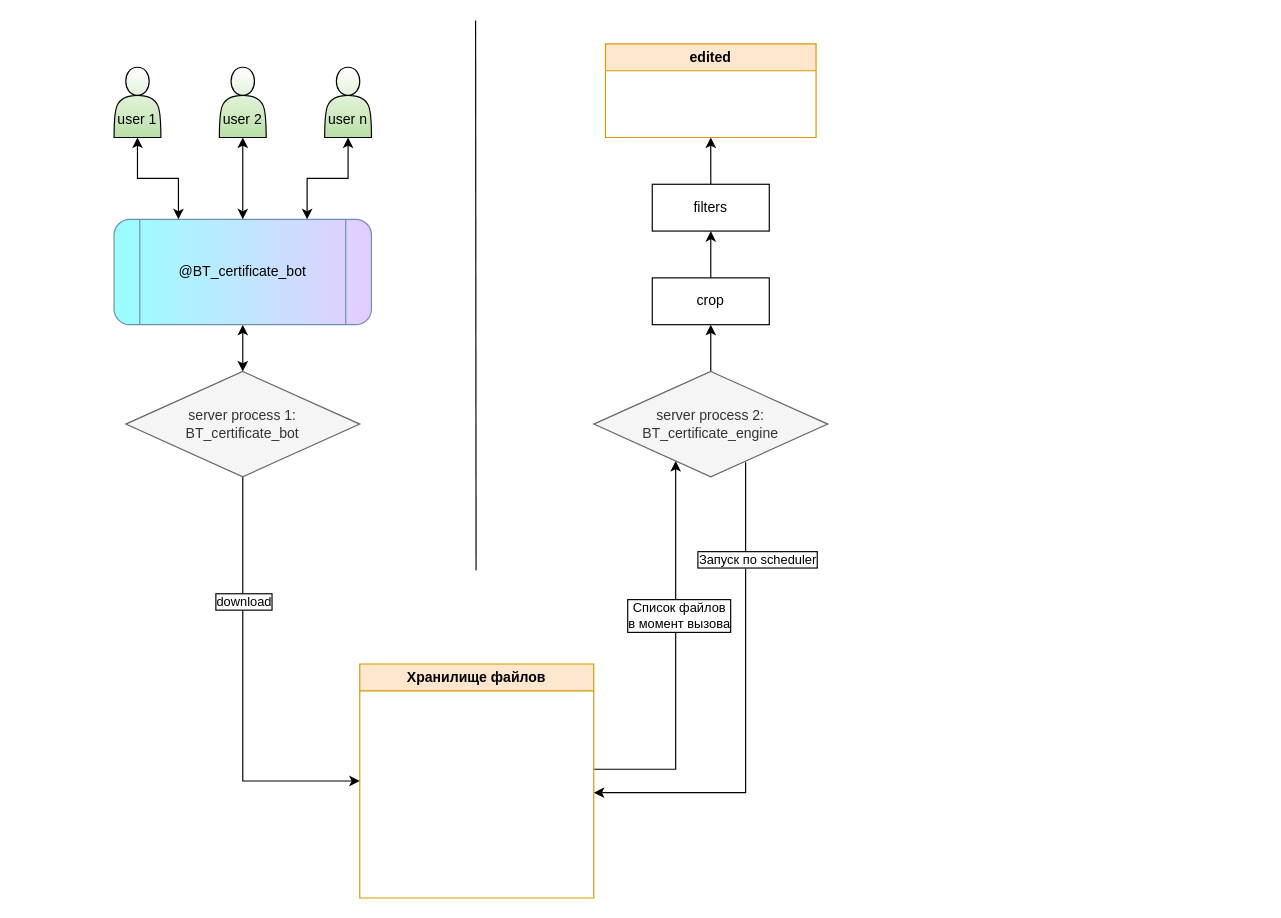
maxfil333/shared keeps this draw.io diagram as SCHEMAS/certificate_bot.drawio. Above is the earlier version. Source tidied: cells renumbered, new cells numbered last; positions are measured from the earlier drawing's top-left corner, leaving out a move shared by most shapes. Both pictures are drawn from the tidied source at 117%, with x=0, y=0 at pixel (113, 20). Pictures stored in the file or linked from it are replaced by grey dashed boxes.
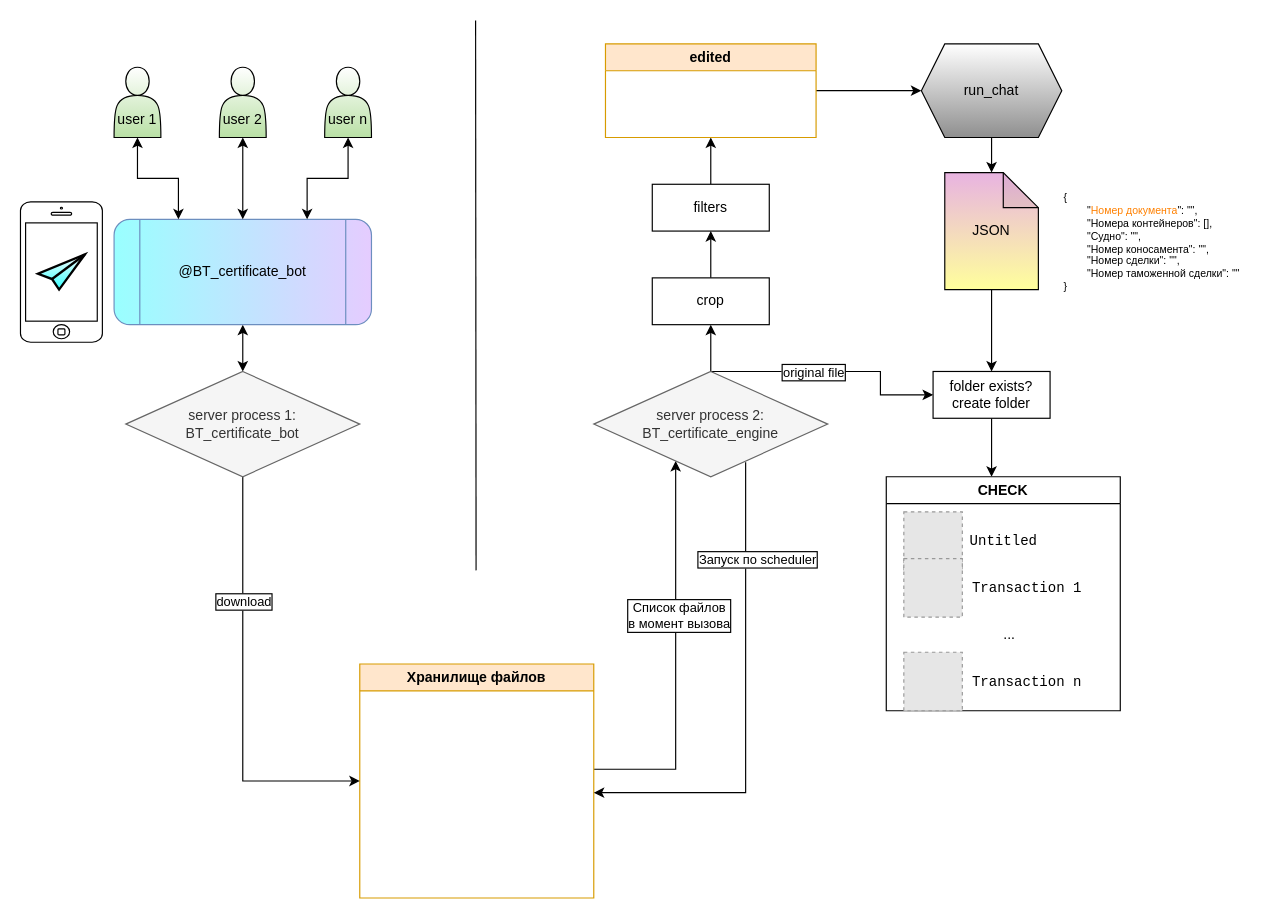
After the change.

Unchanged cells that the change refers to:
```xml
<mxCell id="20" value="&lt;div&gt;server process 2:&lt;/div&gt;BT_certificate_engine" style="rhombus;whiteSpace=wrap;html=1;fillColor=#f5f5f5;fontColor=#333333;strokeColor=#666666;" parent="1" vertex="1">
  <mxGeometry x="410" y="300" width="200" height="90" as="geometry" />
</mxCell>
<mxCell id="25" value="edited" style="swimlane;whiteSpace=wrap;html=1;fillColor=#ffe6cc;strokeColor=#d79b00;" parent="1" vertex="1">
  <mxGeometry x="420" y="20" width="180" height="80" as="geometry" />
</mxCell>
```

What changed in the source:
```diff
@@
+    <mxCell id="26" style="html=1;verticalLabelPosition=bottom;labelBackgroundColor=#ffffff;verticalAlign=top;shadow=0;dashed=0;strokeWidth=1;shape=mxgraph.ios7.misc.iphone;strokeColor=#000000;" parent="1" vertex="1">
+      <mxGeometry x="-80" y="155" width="70" height="120" as="geometry" />
+    </mxCell>
@@
+    <mxCell id="27" style="edgeStyle=orthogonalEdgeStyle;rounded=0;jettySize=auto;html=1;entryX=0;entryY=0.5;entryDx=0;entryDy=0;exitX=0.5;exitY=0;exitDx=0;exitDy=0;flowAnimation=1;" parent="1" edge="1" source="20" target="36">
+      <mxGeometry relative="1" as="geometry">
+        <Array as="points">
+          <mxPoint x="655" y="300" />
+          <mxPoint x="655" y="320" />
+        </Array>
+      </mxGeometry>
+    </mxCell>
+    <mxCell id="28" value="original file" style="edgeLabel;html=1;align=center;verticalAlign=middle;labelBorderColor=default;" parent="27" vertex="1">
+      <mxGeometry x="-0.17" relative="1" as="geometry" />
+    </mxCell>
@@
+    <mxCell id="29" style="edgeStyle=orthogonalEdgeStyle;rounded=0;jettySize=auto;html=1;entryX=0;entryY=0.5;entryDx=0;entryDy=0;" parent="1" edge="1" source="25" target="30">
+      <mxGeometry relative="1" as="geometry" />
+    </mxCell>
@@
+    <mxCell id="30" value="run_chat" style="shape=hexagon;perimeter=hexagonPerimeter2;whiteSpace=wrap;html=1;fixedSize=1;gradientColor=#8F8F8F;" parent="1" vertex="1">
+      <mxGeometry x="690" y="20" width="120" height="80" as="geometry" />
+    </mxCell>
+    <mxCell id="31" style="edgeStyle=orthogonalEdgeStyle;rounded=0;jettySize=auto;html=1;entryX=0.5;entryY=0;entryDx=0;entryDy=0;flowAnimation=1;" parent="1" edge="1" source="32" target="36">
+      <mxGeometry relative="1" as="geometry" />
+    </mxCell>
+    <mxCell id="32" value="JSON" style="shape=note;whiteSpace=wrap;html=1;backgroundOutline=1;darkOpacity=0.05;gradientColor=#FFFF9C;fillColor=#E8B3E1;" parent="1" vertex="1">
+      <mxGeometry x="710" y="130" width="80" height="100" as="geometry" />
+    </mxCell>
+    <mxCell id="33" value="&lt;div style=&quot;font-size: 9px;&quot;&gt;&lt;font style=&quot;font-size: 9px;&quot;&gt;{&lt;/font&gt;&lt;/div&gt;&lt;div style=&quot;font-size: 9px;&quot;&gt;&lt;span style=&quot;white-space-collapse: collapse;&quot;&gt;&lt;font style=&quot;font-size: 9px;&quot;&gt;&lt;span style=&quot;white-space-collapse: preserve;&quot;&gt;&#9;&lt;/span&gt;&quot;&lt;font color=&quot;#ff8000&quot;&gt;Номер документа&lt;/font&gt;&quot;: &quot;&quot;,&lt;/font&gt;&lt;/span&gt;&lt;/div&gt;&lt;div style=&quot;font-size: 9px;&quot;&gt;&lt;span style=&quot;white-space-collapse: collapse;&quot;&gt;&lt;font style=&quot;font-size: 9px;&quot;&gt;&lt;span style=&quot;white-space-collapse: preserve;&quot;&gt;&#9;&lt;/span&gt;&quot;Номера контейнеров&quot;: [],&lt;/font&gt;&lt;/span&gt;&lt;/div&gt;&lt;div style=&quot;font-size: 9px;&quot;&gt;&lt;span style=&quot;white-space-collapse: collapse;&quot;&gt;&lt;font style=&quot;font-size: 9px;&quot;&gt;&lt;span style=&quot;white-space-collapse: preserve;&quot;&gt;&#9;&lt;/span&gt;&quot;Судно&quot;: &quot;&quot;,&lt;/font&gt;&lt;/span&gt;&lt;/div&gt;&lt;div style=&quot;font-size: 9px;&quot;&gt;&lt;span style=&quot;white-space-collapse: collapse;&quot;&gt;&lt;font style=&quot;font-size: 9px;&quot;&gt;&lt;span style=&quot;white-space-collapse: preserve;&quot;&gt;&#9;&lt;/span&gt;&quot;Номер коносамента&quot;: &quot;&quot;,&lt;/font&gt;&lt;/span&gt;&lt;/div&gt;&lt;div style=&quot;font-size: 9px;&quot;&gt;&lt;span style=&quot;white-space-collapse: collapse;&quot;&gt;&lt;font style=&quot;font-size: 9px;&quot;&gt;&lt;span style=&quot;white-space-collapse: preserve;&quot;&gt;&#9;&lt;/span&gt;&quot;Номер сделки&quot;: &quot;&quot;,&lt;/font&gt;&lt;/span&gt;&lt;/div&gt;&lt;div style=&quot;font-size: 9px;&quot;&gt;&lt;span style=&quot;white-space-collapse: collapse;&quot;&gt;&lt;font style=&quot;font-size: 9px;&quot;&gt;&lt;span style=&quot;white-space-collapse: preserve;&quot;&gt;&#9;&lt;/span&gt;&quot;Номер таможенной сделки&quot;: &quot;&quot;&lt;/font&gt;&lt;/span&gt;&lt;/div&gt;&lt;div style=&quot;font-size: 9px;&quot;&gt;&lt;font style=&quot;font-size: 9px;&quot;&gt;}&lt;/font&gt;&lt;/div&gt;" style="text;html=1;align=left;verticalAlign=middle;strokeColor=none;fillColor=none;glass=0;rounded=0;" parent="1" vertex="1">
+      <mxGeometry x="810" y="140" width="170" height="100" as="geometry" />
+    </mxCell>
+    <mxCell id="34" style="edgeStyle=orthogonalEdgeStyle;rounded=0;jettySize=auto;html=1;entryX=0.5;entryY=0;entryDx=0;entryDy=0;entryPerimeter=0;" parent="1" edge="1" source="30" target="32">
+      <mxGeometry relative="1" as="geometry" />
+    </mxCell>
+    <mxCell id="35" style="edgeStyle=orthogonalEdgeStyle;rounded=0;jettySize=auto;html=1;" parent="1" edge="1" source="36">
+      <mxGeometry relative="1" as="geometry">
+        <mxPoint x="750" y="390" as="targetPoint" />
+      </mxGeometry>
+    </mxCell>
+    <mxCell id="36" value="folder exists?&lt;div&gt;create folder&lt;/div&gt;" style="rounded=0;whiteSpace=wrap;html=1;" parent="1" vertex="1">
+      <mxGeometry x="700" y="300" width="100" height="40" as="geometry" />
+    </mxCell>
+    <mxCell id="37" value="CHECK" style="swimlane;whiteSpace=wrap;html=1;" parent="1" vertex="1">
+      <mxGeometry x="660" y="390" width="200" height="200" as="geometry" />
+    </mxCell>
+    <mxCell id="38" style="fillColor=#E6E6E6;strokeColor=#999999;dashed=1;verticalLabelPosition=bottom;labelBackgroundColor=default;verticalAlign=top;" parent="37" vertex="1">
+      <mxGeometry x="15" y="30" width="50" height="50" as="geometry" />
+    </mxCell>
+    <mxCell id="39" value="&lt;font face=&quot;Courier New&quot;&gt;Untitled&lt;/font&gt;" style="text;html=1;align=center;verticalAlign=middle;strokeColor=none;fillColor=none;" parent="37" vertex="1">
+      <mxGeometry x="60" y="40" width="80" height="30" as="geometry" />
+    </mxCell>
+    <mxCell id="40" style="fillColor=#E6E6E6;strokeColor=#999999;dashed=1;verticalLabelPosition=bottom;labelBackgroundColor=default;verticalAlign=top;" parent="37" vertex="1">
+      <mxGeometry x="15" y="70" width="50" height="50" as="geometry" />
+    </mxCell>
+    <mxCell id="41" value="&lt;font face=&quot;Courier New&quot;&gt;Transaction 1&lt;/font&gt;" style="text;html=1;align=center;verticalAlign=middle;strokeColor=none;fillColor=none;" parent="37" vertex="1">
+      <mxGeometry x="60" y="80" width="120" height="30" as="geometry" />
+    </mxCell>
+    <mxCell id="42" style="fillColor=#E6E6E6;strokeColor=#999999;dashed=1;verticalLabelPosition=bottom;labelBackgroundColor=default;verticalAlign=top;" parent="37" vertex="1">
+      <mxGeometry x="15" y="150" width="50" height="50" as="geometry" />
+    </mxCell>
+    <mxCell id="43" value="&lt;font face=&quot;Courier New&quot;&gt;Transaction n&lt;/font&gt;" style="text;html=1;align=center;verticalAlign=middle;strokeColor=none;fillColor=none;" parent="37" vertex="1">
+      <mxGeometry x="60" y="160" width="120" height="30" as="geometry" />
+    </mxCell>
+    <mxCell id="44" value="..." style="text;html=1;align=center;verticalAlign=middle;strokeColor=none;fillColor=none;" parent="37" vertex="1">
+      <mxGeometry x="90" y="120" width="30" height="30" as="geometry" />
+    </mxCell>
+    <mxCell id="45" style="html=1;verticalLabelPosition=bottom;align=center;labelBackgroundColor=#ffffff;verticalAlign=top;strokeWidth=2;strokeColor=#000000;shadow=0;dashed=0;shape=mxgraph.ios7.icons.pointer;gradientColor=#33FFFF;" parent="1" vertex="1">
+      <mxGeometry x="-65" y="200" width="40" height="30" as="geometry" />
+    </mxCell>
```
